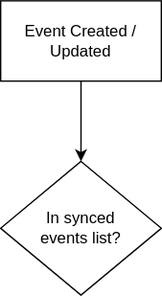
This is README/google_calendar_to_clickup.drawio.svg from esdandreu/gcal2clickup, a draw.io export, as it was before one commit. Source tidied: cells renumbered, new cells last; positions are measured from the earlier drawing's top-left corner, leaving out a move shared by most shapes. The source it was exported from:
```xml
<mxGraphModel>
  <root>
    <mxCell id="0" />
    <mxCell id="1" parent="0" />
    <mxCell id="2" style="edgeStyle=orthogonalEdgeStyle;jettySize=auto;html=1;entryX=0.5;entryY=0;entryDx=0;entryDy=0;" parent="1" edge="1" source="3" target="4">
      <mxGeometry relative="1" as="geometry" />
    </mxCell>
    <mxCell id="3" value="Event Created / Updated" style="whiteSpace=wrap;html=1;" parent="1" vertex="1">
      <mxGeometry width="120" height="60" as="geometry" />
    </mxCell>
    <mxCell id="4" value="In synced&lt;br&gt;events list?" style="rhombus;whiteSpace=wrap;html=1;" parent="1" vertex="1">
      <mxGeometry y="120" width="120" height="100" as="geometry" />
    </mxCell>
  </root>
</mxGraphModel>
```
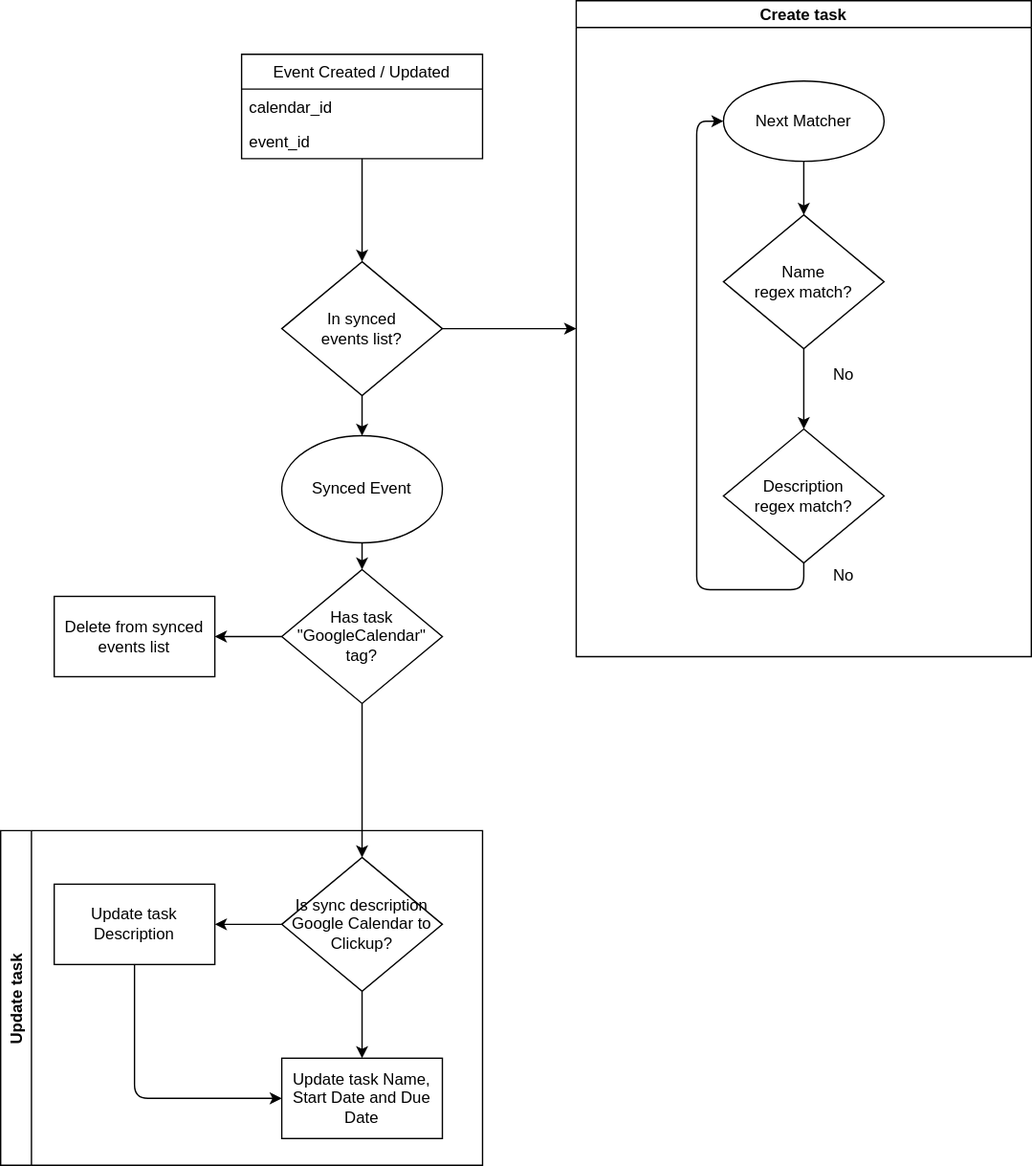
Above is the later version.

Commit message:
improved diagram

The edit, as a diff of the source:
```diff
@@ -2,14 +2,92 @@
   <root>
     <mxCell id="0" />
     <mxCell id="1" parent="0" />
+    <mxCell id="5" style="edgeStyle=orthogonalEdgeStyle;curved=0;rounded=1;sketch=0;jettySize=auto;html=1;exitX=1;exitY=0.5;exitDx=0;exitDy=0;entryX=0;entryY=0.5;entryDx=0;entryDy=0;" parent="1" edge="1" source="4" target="7">
+      <mxGeometry relative="1" as="geometry" />
+    </mxCell>
+    <mxCell id="6" style="edgeStyle=orthogonalEdgeStyle;curved=0;rounded=1;sketch=0;jettySize=auto;html=1;exitX=0.5;exitY=1;exitDx=0;exitDy=0;entryX=0.5;entryY=0;entryDx=0;entryDy=0;" parent="1" edge="1" source="4" target="17">
+      <mxGeometry relative="1" as="geometry" />
+    </mxCell>
+    <mxCell id="4" value="In synced&lt;br&gt;events list?" style="rhombus;whiteSpace=wrap;html=1;" parent="1" vertex="1">
+      <mxGeometry x="-144" y="215" width="120" height="100" as="geometry" />
+    </mxCell>
+    <mxCell id="7" value="Create task" style="swimlane;rounded=0;sketch=0;startSize=20;" parent="1" vertex="1">
+      <mxGeometry x="76" y="20" width="340" height="490" as="geometry" />
+    </mxCell>
+    <mxCell id="8" style="edgeStyle=orthogonalEdgeStyle;curved=0;rounded=1;sketch=0;jettySize=auto;html=1;exitX=0.5;exitY=1;exitDx=0;exitDy=0;entryX=0.5;entryY=0;entryDx=0;entryDy=0;" parent="7" edge="1" source="9" target="13">
+      <mxGeometry relative="1" as="geometry" />
+    </mxCell>
+    <mxCell id="9" value="Name&lt;br&gt;regex match?" style="rhombus;whiteSpace=wrap;html=1;" parent="7" vertex="1">
+      <mxGeometry x="110" y="160" width="120" height="100" as="geometry" />
+    </mxCell>
+    <mxCell id="10" style="edgeStyle=orthogonalEdgeStyle;curved=0;rounded=1;sketch=0;jettySize=auto;html=1;" parent="7" edge="1" source="11" target="9">
+      <mxGeometry relative="1" as="geometry" />
+    </mxCell>
+    <mxCell id="11" value="Next Matcher" style="ellipse;whiteSpace=wrap;html=1;rounded=0;sketch=0;align=center;" parent="7" vertex="1">
+      <mxGeometry x="110" y="60" width="120" height="60" as="geometry" />
+    </mxCell>
+    <mxCell id="12" style="edgeStyle=orthogonalEdgeStyle;curved=0;rounded=1;sketch=0;jettySize=auto;html=1;exitX=0.5;exitY=1;exitDx=0;exitDy=0;entryX=0;entryY=0.5;entryDx=0;entryDy=0;" parent="7" edge="1" source="13" target="11">
+      <mxGeometry relative="1" as="geometry" />
+    </mxCell>
+    <mxCell id="13" value="Description&lt;br&gt;regex match?" style="rhombus;whiteSpace=wrap;html=1;" parent="7" vertex="1">
+      <mxGeometry x="110" y="320" width="120" height="100" as="geometry" />
+    </mxCell>
+    <mxCell id="14" value="No" style="text;html=1;strokeColor=none;fillColor=none;align=center;verticalAlign=middle;whiteSpace=wrap;rounded=0;sketch=0;" parent="7" vertex="1">
+      <mxGeometry x="180" y="270" width="40" height="20" as="geometry" />
+    </mxCell>
+    <mxCell id="15" value="No" style="text;html=1;strokeColor=none;fillColor=none;align=center;verticalAlign=middle;whiteSpace=wrap;rounded=0;sketch=0;" parent="7" vertex="1">
+      <mxGeometry x="180" y="420" width="40" height="20" as="geometry" />
+    </mxCell>
+    <mxCell id="16" style="edgeStyle=orthogonalEdgeStyle;curved=0;rounded=1;sketch=0;jettySize=auto;html=1;exitX=0.5;exitY=1;exitDx=0;exitDy=0;entryX=0.5;entryY=0;entryDx=0;entryDy=0;" parent="1" edge="1" source="17" target="20">
+      <mxGeometry relative="1" as="geometry" />
+    </mxCell>
+    <mxCell id="17" value="Synced Event" style="ellipse;whiteSpace=wrap;html=1;rounded=0;sketch=0;" parent="1" vertex="1">
+      <mxGeometry x="-144" y="345" width="120" height="80" as="geometry" />
+    </mxCell>
+    <mxCell id="18" style="edgeStyle=orthogonalEdgeStyle;curved=0;rounded=1;sketch=0;jettySize=auto;html=1;exitX=0.5;exitY=1;exitDx=0;exitDy=0;" parent="1" edge="1" source="20" target="24">
+      <mxGeometry relative="1" as="geometry" />
+    </mxCell>
+    <mxCell id="19" style="edgeStyle=orthogonalEdgeStyle;curved=0;rounded=1;sketch=0;jettySize=auto;html=1;exitX=0;exitY=0.5;exitDx=0;exitDy=0;entryX=1;entryY=0.5;entryDx=0;entryDy=0;" parent="1" edge="1" source="20" target="28">
+      <mxGeometry relative="1" as="geometry" />
+    </mxCell>
+    <mxCell id="20" value="Has task &lt;br&gt;&quot;GoogleCalendar&quot; tag?" style="rhombus;whiteSpace=wrap;html=1;" parent="1" vertex="1">
+      <mxGeometry x="-144" y="445" width="120" height="100" as="geometry" />
+    </mxCell>
+    <mxCell id="21" value="Update task" style="swimlane;horizontal=0;rounded=0;sketch=0;" parent="1" vertex="1">
+      <mxGeometry x="-354" y="640" width="360" height="250" as="geometry" />
+    </mxCell>
+    <mxCell id="22" style="edgeStyle=orthogonalEdgeStyle;curved=0;rounded=1;sketch=0;jettySize=auto;html=1;exitX=0.5;exitY=1;exitDx=0;exitDy=0;" parent="21" edge="1" source="24" target="25">
+      <mxGeometry relative="1" as="geometry" />
+    </mxCell>
+    <mxCell id="23" style="edgeStyle=orthogonalEdgeStyle;curved=0;rounded=1;sketch=0;jettySize=auto;html=1;exitX=0;exitY=0.5;exitDx=0;exitDy=0;entryX=1;entryY=0.5;entryDx=0;entryDy=0;" parent="21" edge="1" source="24" target="27">
+      <mxGeometry relative="1" as="geometry" />
+    </mxCell>
+    <mxCell id="24" value="Is sync description Google Calendar to Clickup?" style="rhombus;whiteSpace=wrap;html=1;" parent="21" vertex="1">
+      <mxGeometry x="210" y="20" width="120" height="100" as="geometry" />
+    </mxCell>
+    <mxCell id="25" value="Update task Name, Start Date and Due Date" style="rounded=0;whiteSpace=wrap;html=1;sketch=0;" parent="21" vertex="1">
+      <mxGeometry x="210" y="170" width="120" height="60" as="geometry" />
+    </mxCell>
+    <mxCell id="26" style="edgeStyle=orthogonalEdgeStyle;curved=0;rounded=1;sketch=0;jettySize=auto;html=1;exitX=0.5;exitY=1;exitDx=0;exitDy=0;entryX=0;entryY=0.5;entryDx=0;entryDy=0;" parent="21" edge="1" source="27" target="25">
+      <mxGeometry relative="1" as="geometry" />
+    </mxCell>
+    <mxCell id="27" value="Update task Description" style="rounded=0;whiteSpace=wrap;html=1;sketch=0;" parent="21" vertex="1">
+      <mxGeometry x="40" y="40" width="120" height="60" as="geometry" />
+    </mxCell>
+    <mxCell id="28" value="Delete from synced events list" style="rounded=0;whiteSpace=wrap;html=1;sketch=0;" parent="1" vertex="1">
+      <mxGeometry x="-314" y="465" width="120" height="60" as="geometry" />
+    </mxCell>
-    <mxCell id="2" style="edgeStyle=orthogonalEdgeStyle;jettySize=auto;html=1;entryX=0.5;entryY=0;entryDx=0;entryDy=0;" parent="1" edge="1" source="3" target="4">
+    <mxCell id="2" style="edgeStyle=orthogonalEdgeStyle;curved=0;rounded=1;sketch=0;jettySize=auto;html=1;exitX=0.5;exitY=1;exitDx=0;exitDy=0;entryX=0.5;entryY=0;entryDx=0;entryDy=0;" parent="1" edge="1" source="3" target="4">
       <mxGeometry relative="1" as="geometry" />
     </mxCell>
-    <mxCell id="3" value="Event Created / Updated" style="whiteSpace=wrap;html=1;" parent="1" vertex="1">
-      <mxGeometry width="120" height="60" as="geometry" />
+    <mxCell id="3" value="Event Created / Updated" style="swimlane;fontStyle=0;horizontal=1;startSize=26;rounded=0;sketch=0;" parent="1" vertex="1">
+      <mxGeometry x="-174" y="60" width="180" height="78" as="geometry" />
     </mxCell>
-    <mxCell id="4" value="In synced&lt;br&gt;events list?" style="rhombus;whiteSpace=wrap;html=1;" parent="1" vertex="1">
-      <mxGeometry y="120" width="120" height="100" as="geometry" />
-    </mxCell>
+    <mxCell id="29" value="calendar_id" style="text;strokeColor=none;fillColor=none;align=left;verticalAlign=top;spacingLeft=4;spacingRight=4;overflow=hidden;" parent="3" vertex="1">
+      <mxGeometry y="26" width="180" height="26" as="geometry" />
+    </mxCell>
+    <mxCell id="30" value="event_id" style="text;strokeColor=none;fillColor=none;align=left;verticalAlign=top;spacingLeft=4;spacingRight=4;overflow=hidden;" parent="3" vertex="1">
+      <mxGeometry y="52" width="180" height="26" as="geometry" />
+    </mxCell>
   </root>
 </mxGraphModel>
```
